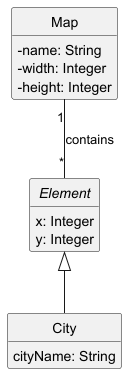
ivasduarte/all-aboard keeps this PlantUML diagram as docs/sprint1/us001/02.analysis/svg/us001-domain-model.png. Above is the earlier version. Its diagram source:
```plantuml
@startuml
skinparam monochrome true
skinparam packageStyle rectangle
skinparam shadowing false


skinparam classAttributeIconSize 0

hide circle
hide methods


class Map {
  - name: String
  - width: Integer
  - height: Integer
}

abstract class Element {
  x: Integer
  y: Integer
}

class City {
  cityName: String
}

Map "1" -- "*" Element : contains
Element <|-- City

@enduml
```
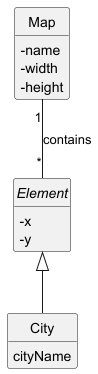
Later version of the same file.

Commit message:
Added client-related questions & updated the Domain Model on US01

The edit, as a diff of the source:
```diff
@@ -11,18 +11,18 @@
 
 
 class Map {
-  - name: String
-  - width: Integer
-  - height: Integer
+  - name
+  - width
+  - height
 }
 
 abstract class Element {
-  x: Integer
-  y: Integer
+  - x
+  - y
 }
 
 class City {
-  cityName: String
+  cityName
 }
 
 Map "1" -- "*" Element : contains
```
